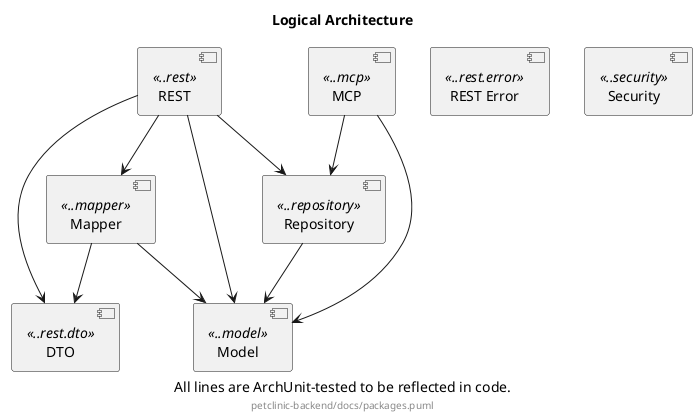
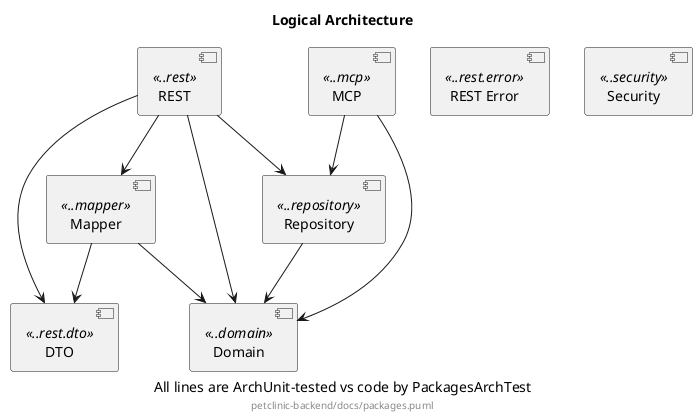
@startuml

title Logical Architecture
- caption All lines are ArchUnit-tested to be reflected in code.
+ caption All lines are ArchUnit-tested vs code by PackagesArchTest
footer petclinic-backend/docs/packages.puml

- [Model] <<..model>>
+ [Domain] <<..domain>>
[Repository] <<..repository>>
[DTO] <<..rest.dto>>
[REST Error] <<..rest.error>>
[Mapper] <<..mapper>>
[REST] <<..rest>>
[Security] <<..security>>
[MCP] <<..mcp>>

- [Repository] --> [Model]
- [Mapper] --> [Model]
+ [Repository] --> [Domain]
+ [Mapper] --> [Domain]
[Mapper] --> [DTO]
- [REST] --> [Model]
+ [REST] --> [Domain]
[REST] --> [Repository]
[REST] --> [Mapper]
[REST] --> [DTO]
- [MCP] --> [Model]
+ [MCP] --> [Domain]
[MCP] --> [Repository]

@enduml
